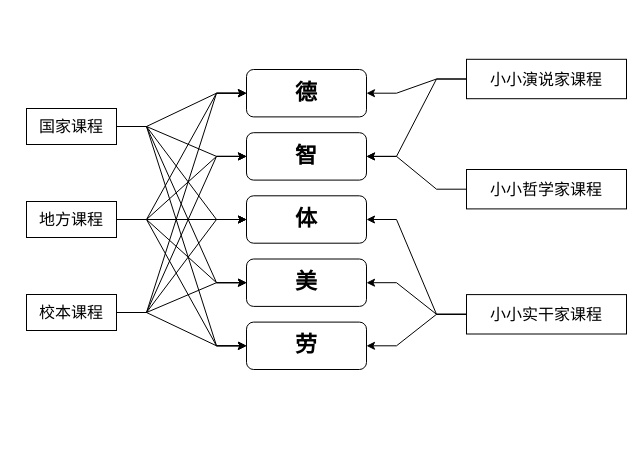
Earlier version of the draw.io diagram 未命名表单.drawio (cmldyu/bourdieu.github.io). Source tidied: cells renumbered, new cells numbered last; positions are measured from the earlier drawing's top-left corner, leaving out a move shared by most shapes. Both pictures are drawn from the tidied source at 100%, with x=0, y=0 at pixel (26, 59).
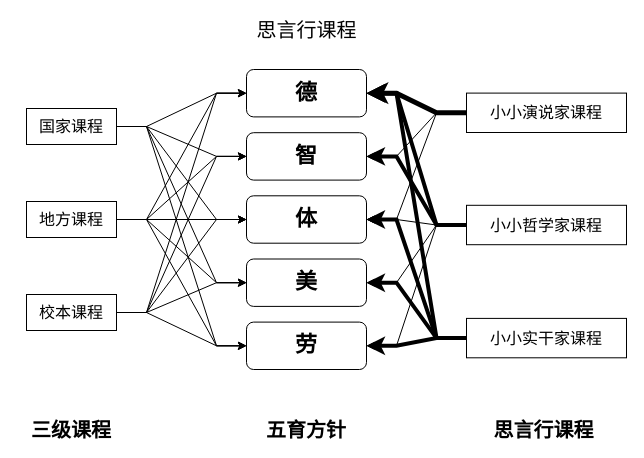
The same diagram, later.

Commit message:
更新未命名表单.drawio

Unchanged cells that the change refers to:
```xml
<mxCell id="3" value="德" style="rounded=1;whiteSpace=wrap;html=1;fontSize=22;fontStyle=1;" parent="2" vertex="1">
  <mxGeometry width="120" height="47.4" as="geometry" />
</mxCell>
<mxCell id="4" value="智" style="rounded=1;whiteSpace=wrap;html=1;fontSize=22;fontStyle=1;" parent="2" vertex="1">
  <mxGeometry y="63.2" width="120" height="47.4" as="geometry" />
</mxCell>
<mxCell id="5" value="体" style="rounded=1;whiteSpace=wrap;html=1;fontSize=22;fontStyle=1;" parent="2" vertex="1">
  <mxGeometry y="126.3" width="120" height="47.4" as="geometry" />
</mxCell>
<mxCell id="6" value="美" style="rounded=1;whiteSpace=wrap;html=1;fontSize=22;fontStyle=1;" parent="2" vertex="1">
  <mxGeometry y="189.5" width="120" height="47.4" as="geometry" />
</mxCell>
<mxCell id="7" value="劳" style="rounded=1;whiteSpace=wrap;html=1;fontSize=22;fontStyle=1;" parent="2" vertex="1">
  <mxGeometry y="252.6" width="120" height="47.4" as="geometry" />
</mxCell>
```

What changed in the source:
```diff
@@
-    <mxCell id="27" style="edgeStyle=entityRelationEdgeStyle;rounded=0;jettySize=auto;html=1;" parent="1" edge="1" source="28" target="4">
+    <mxCell id="27" style="edgeStyle=entityRelationEdgeStyle;rounded=0;jettySize=auto;html=1;strokeWidth=4;" parent="1" edge="1" source="28" target="4">
       <mxGeometry relative="1" as="geometry" />
     </mxCell>
-    <mxCell id="28" value="小小哲学家课程" style="rounded=0;whiteSpace=wrap;html=1;fontSize=16;" parent="1" vertex="1">
-      <mxGeometry x="440" y="110" width="160" height="39.4" as="geometry" />
-    </mxCell>
@@
-    <mxCell id="30" style="edgeStyle=entityRelationEdgeStyle;rounded=0;jettySize=auto;html=1;" parent="1" edge="1" source="31" target="3">
+    <mxCell id="30" style="edgeStyle=entityRelationEdgeStyle;rounded=0;jettySize=auto;html=1;strokeWidth=5;" parent="1" edge="1" source="31" target="3">
       <mxGeometry relative="1" as="geometry" />
     </mxCell>
-    <mxCell id="31" value="小小演说家课程" style="rounded=0;whiteSpace=wrap;html=1;fontSize=16;" parent="1" vertex="1">
-      <mxGeometry x="440" y="-0.2" width="160" height="39.4" as="geometry" />
-    </mxCell>
-    <mxCell id="32" style="edgeStyle=entityRelationEdgeStyle;rounded=0;jettySize=auto;html=1;" parent="1" edge="1" source="35" target="5">
+    <mxCell id="32" style="edgeStyle=entityRelationEdgeStyle;rounded=0;jettySize=auto;html=1;strokeWidth=4;" parent="1" edge="1" source="35" target="5">
       <mxGeometry relative="1" as="geometry" />
     </mxCell>
-    <mxCell id="33" style="edgeStyle=entityRelationEdgeStyle;rounded=0;jettySize=auto;html=1;" parent="1" edge="1" source="35" target="7">
+    <mxCell id="33" style="edgeStyle=entityRelationEdgeStyle;rounded=0;jettySize=auto;html=1;strokeWidth=4;" parent="1" edge="1" source="35" target="7">
       <mxGeometry relative="1" as="geometry" />
     </mxCell>
-    <mxCell id="34" style="edgeStyle=entityRelationEdgeStyle;rounded=0;jettySize=auto;html=1;" parent="1" edge="1" source="35" target="6">
+    <mxCell id="34" style="edgeStyle=entityRelationEdgeStyle;rounded=0;jettySize=auto;html=1;strokeWidth=4;" parent="1" edge="1" source="35" target="6">
       <mxGeometry relative="1" as="geometry" />
     </mxCell>
+    <mxCell id="36" style="group;" parent="1" vertex="1">
+      <mxGeometry x="440" y="33.6" width="160" height="264.7" as="geometry" />
+    </mxCell>
+    <mxCell id="28" value="小小哲学家课程" style="rounded=0;whiteSpace=wrap;html=1;fontSize=16;flipV=1;" parent="36" vertex="1">
+      <mxGeometry y="112.2" width="160" height="39.4" as="geometry" />
+    </mxCell>
+    <mxCell id="31" value="小小演说家课程" style="rounded=0;whiteSpace=wrap;html=1;fontSize=16;flipV=1;" parent="36" vertex="1">
+      <mxGeometry width="160" height="39.4" as="geometry" />
+    </mxCell>
-    <mxCell id="35" value="小小实干家课程" style="rounded=0;whiteSpace=wrap;html=1;fontSize=16;" parent="1" vertex="1">
-      <mxGeometry x="440" y="235.1" width="160" height="39.4" as="geometry" />
+    <mxCell id="35" value="小小实干家课程" style="rounded=0;whiteSpace=wrap;html=1;fontSize=16;flipV=1;" parent="36" vertex="1">
+      <mxGeometry y="225.3" width="160" height="39.4" as="geometry" />
     </mxCell>
+    <mxCell id="37" value="三级课程" style="text;html=1;strokeColor=none;fillColor=none;align=center;verticalAlign=middle;whiteSpace=wrap;rounded=0;fontSize=20;fontStyle=1;" parent="1" vertex="1">
+      <mxGeometry x="-9" y="360" width="108" height="20" as="geometry" />
+    </mxCell>
+    <mxCell id="38" value="五育方针" style="text;html=1;strokeColor=none;fillColor=none;align=center;verticalAlign=middle;whiteSpace=wrap;rounded=0;fontSize=20;fontStyle=1;" parent="1" vertex="1">
+      <mxGeometry x="230" y="360" width="100" height="20" as="geometry" />
+    </mxCell>
+    <mxCell id="39" value="思言行课程" style="text;html=1;strokeColor=none;fillColor=none;align=center;verticalAlign=middle;whiteSpace=wrap;rounded=0;fontSize=20;fontStyle=1;" parent="1" vertex="1">
+      <mxGeometry x="461" y="360" width="113" height="20" as="geometry" />
+    </mxCell>
+    <mxCell id="40" value="思言行课程" style="text;html=1;strokeColor=none;fillColor=none;align=center;verticalAlign=middle;whiteSpace=wrap;rounded=0;fontSize=20;" parent="1" vertex="1">
+      <mxGeometry x="189.5" y="-40" width="181" height="20" as="geometry" />
+    </mxCell>
+    <mxCell id="41" style="edgeStyle=entityRelationEdgeStyle;rounded=0;jettySize=auto;html=1;strokeWidth=4;fontSize=20;" parent="1" edge="1" source="28" target="3">
+      <mxGeometry relative="1" as="geometry" />
+    </mxCell>
+    <mxCell id="42" style="edgeStyle=entityRelationEdgeStyle;rounded=0;jettySize=auto;html=1;strokeWidth=4;fontSize=20;" parent="1" edge="1" source="35" target="3">
+      <mxGeometry relative="1" as="geometry" />
+    </mxCell>
+    <mxCell id="43" style="edgeStyle=entityRelationEdgeStyle;rounded=0;jettySize=auto;html=1;strokeWidth=1;fontSize=20;" parent="1" edge="1" source="31" target="5">
+      <mxGeometry relative="1" as="geometry" />
+    </mxCell>
+    <mxCell id="44" style="edgeStyle=entityRelationEdgeStyle;rounded=0;jettySize=auto;html=1;strokeWidth=1;fontSize=20;" parent="1" edge="1" source="28" target="5">
+      <mxGeometry relative="1" as="geometry" />
+    </mxCell>
+    <mxCell id="45" style="edgeStyle=entityRelationEdgeStyle;rounded=0;jettySize=auto;html=1;strokeWidth=1;fontSize=20;" parent="1" edge="1" source="28" target="6">
+      <mxGeometry relative="1" as="geometry" />
+    </mxCell>
+    <mxCell id="46" style="edgeStyle=entityRelationEdgeStyle;rounded=0;jettySize=auto;html=1;strokeWidth=1;fontSize=20;" parent="1" edge="1" source="28" target="7">
+      <mxGeometry relative="1" as="geometry" />
+    </mxCell>
```
